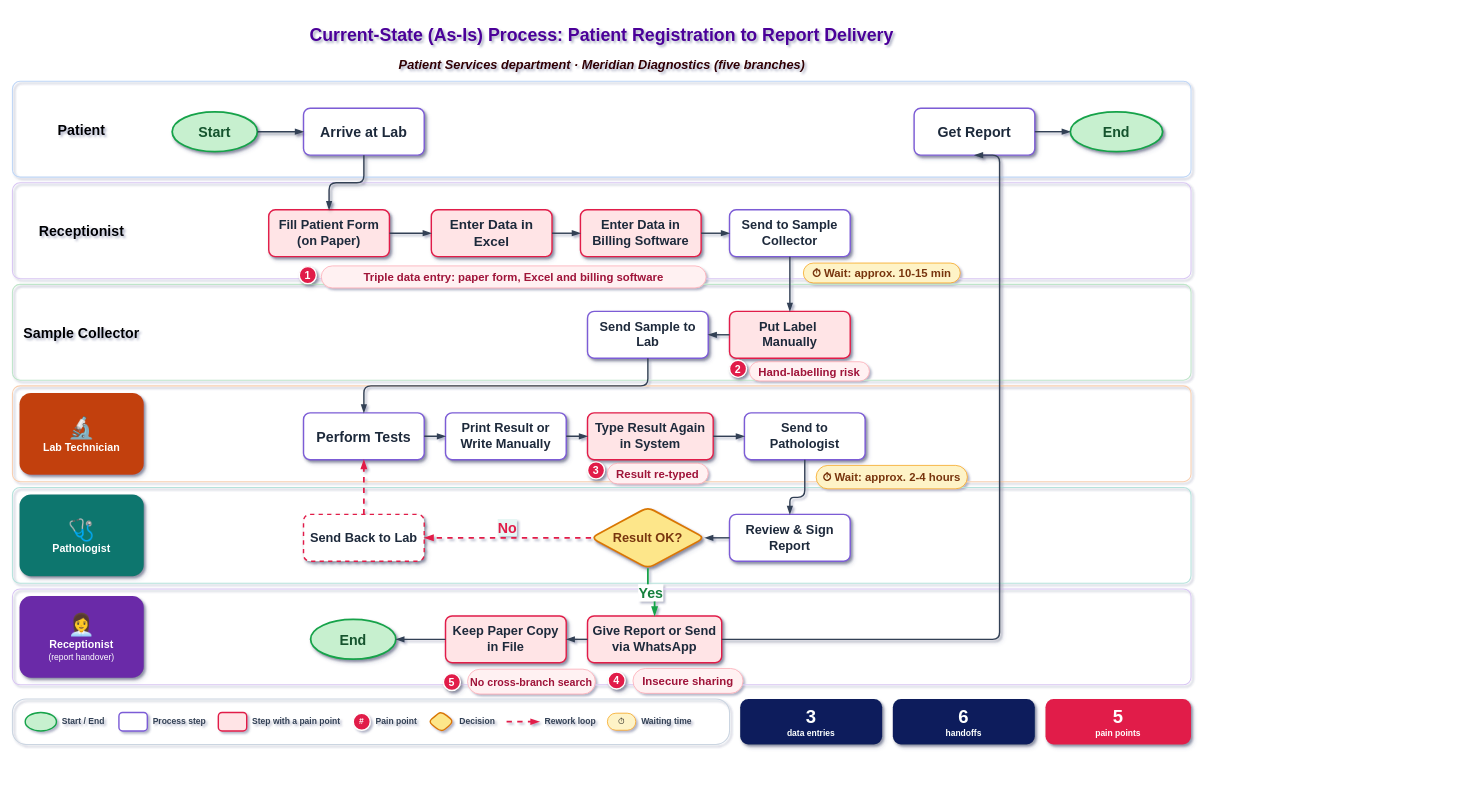
Earlier version of the draw.io diagram Meridian-Diagnostics-Current-state-As-Is-swimlane-process-map.drawio (Moparapairayat/Meridian-Diagnostics-Current-state-As-Is-swimlane-process-map). Source tidied: cells renumbered, new cells numbered last; positions are measured from the earlier drawing's top-left corner, leaving out a move shared by most shapes. Both pictures are drawn from the tidied source at 71%, with x=0, y=0 at pixel (12, 15).
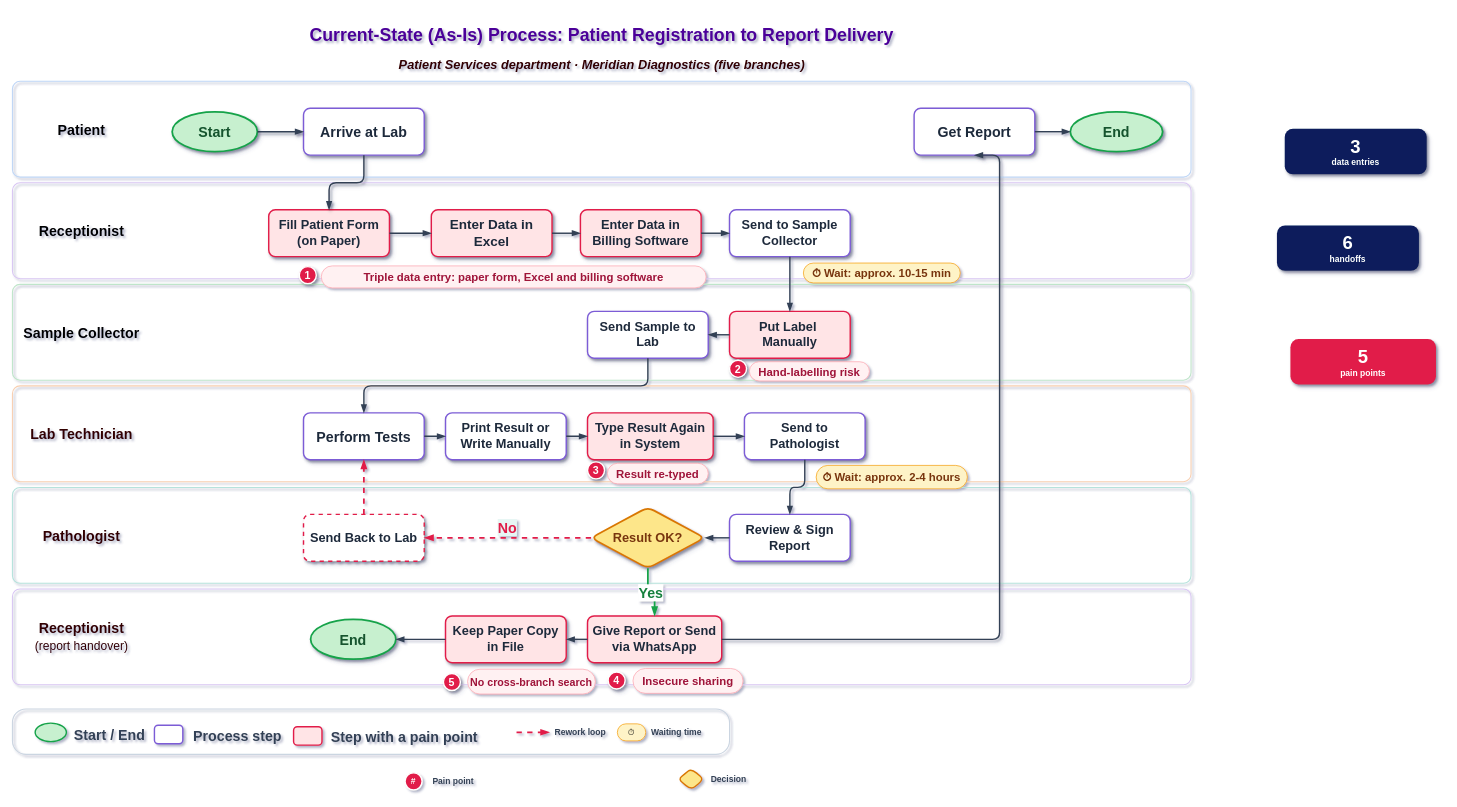
The same page after the edit.

The change refers to these unchanged cells:
```xml
<mxCell id="29" value="Send to Pathologist" style="rounded=1;arcSize=14;whiteSpace=wrap;html=1;fillColor=#FFFFFF;strokeColor=#7C5CD6;strokeWidth=2;fontStyle=1;fontSize=18;fontColor=#1E293B;shadow=1;roundedPerimeter=1;" parent="1" vertex="1">
  <mxGeometry x="1031" y="560" width="170" height="66" as="geometry" />
</mxCell>
<mxCell id="30" value="Review &amp;amp; Sign Report" style="rounded=1;arcSize=14;whiteSpace=wrap;html=1;fillColor=#FFFFFF;strokeColor=#7C5CD6;strokeWidth=2;fontStyle=1;fontSize=18;fontColor=#1E293B;shadow=1;roundedPerimeter=1;" parent="1" vertex="1">
  <mxGeometry x="1010" y="703" width="170" height="66" as="geometry" />
</mxCell>
```

Diff of the diagram source:
```diff
@@
-    <mxCell id="13" value="&lt;font style=&quot;font-size:30px&quot;&gt;🔬&lt;/font&gt;&lt;br&gt;&lt;b&gt;Lab Technician&lt;/b&gt;" style="rounded=1;arcSize=14;whiteSpace=wrap;html=1;fillColor=#C2410C;strokeColor=none;fontColor=#FFFFFF;fontSize=15;shadow=1;roundedPerimeter=1;" parent="1" vertex="1">
+    <mxCell id="13" value="&lt;b&gt;Lab Technician&lt;/b&gt;" style="rounded=1;arcSize=14;whiteSpace=wrap;html=1;fillColor=none;strokeColor=none;fontColor=#330000;fontSize=20;shadow=1;roundedPerimeter=1;" parent="1" vertex="1">
       <mxGeometry x="10" y="532" width="175" height="115" as="geometry" />
     </mxCell>
-    <mxCell id="14" value="&lt;font style=&quot;font-size:30px&quot;&gt;🩺&lt;/font&gt;&lt;br&gt;&lt;b&gt;Pathologist&lt;/b&gt;" style="rounded=1;arcSize=14;whiteSpace=wrap;html=1;fillColor=#0F766E;strokeColor=none;fontColor=#FFFFFF;fontSize=15;shadow=1;roundedPerimeter=1;" parent="1" vertex="1">
+    <mxCell id="14" value="&lt;b&gt;Pathologist&lt;/b&gt;" style="rounded=1;arcSize=14;whiteSpace=wrap;html=1;fillColor=none;strokeColor=none;fontColor=#330000;fontSize=20;shadow=1;roundedPerimeter=1;" parent="1" vertex="1">
       <mxGeometry x="10" y="675" width="175" height="115" as="geometry" />
     </mxCell>
-    <mxCell id="15" value="&lt;font style=&quot;font-size:30px&quot;&gt;👩‍💼&lt;/font&gt;&lt;br&gt;&lt;b&gt;Receptionist&lt;/b&gt;&lt;br&gt;&lt;font style=&quot;font-size:12px&quot;&gt;(report handover)&lt;/font&gt;" style="rounded=1;arcSize=14;whiteSpace=wrap;html=1;fillColor=#6A2BA8;strokeColor=none;fontColor=#FFFFFF;fontSize=15;shadow=1;roundedPerimeter=1;" parent="1" vertex="1">
+    <mxCell id="15" value="&lt;b&gt;Receptionist&lt;/b&gt;&lt;br&gt;&lt;font style=&quot;font-size: 17px;&quot;&gt;(report handover)&lt;/font&gt;" style="rounded=1;arcSize=14;whiteSpace=wrap;html=1;fillColor=none;strokeColor=none;fontColor=#330000;fontSize=20;shadow=1;roundedPerimeter=1;" parent="1" vertex="1">
       <mxGeometry x="10" y="818" width="175" height="115" as="geometry" />
     </mxCell>
@@
     <mxCell id="59" style="edgeStyle=orthogonalEdgeStyle;rounded=1;html=1;strokeWidth=2;strokeColor=#334155;endArrow=blockThin;endFill=1;endSize=7;exitX=0.5;exitY=1;entryX=0.5;entryY=0;labelBackgroundColor=default;defaultLabelBackgroundColor=page;libavoidRouting=1;jettySize=auto;textShadow=1;" parent="1" edge="1" source="29" target="30">
       <mxGeometry relative="1" as="geometry">
         <Array as="points">
-          <mxPoint x="1116" y="679" />
-          <mxPoint x="1095" y="679" />
+          <mxPoint x="1116" y="665" />
+          <mxPoint x="1095" y="665" />
         </Array>
       </mxGeometry>
     </mxCell>
@@
     <mxCell id="68" style="rounded=1;arcSize=30;whiteSpace=wrap;html=1;fillColor=none;strokeColor=#CBD5E1;strokeWidth=1.5;roundedPerimeter=1;" parent="1" vertex="1">
-      <mxGeometry y="963" width="1010" height="64" as="geometry" />
+      <mxGeometry y="977" width="1010" height="64" as="geometry" />
     </mxCell>
+    <mxCell id="83" value="&lt;font style=&quot;font-size:26px&quot;&gt;&lt;b&gt;3&lt;/b&gt;&lt;/font&gt;&lt;br&gt;data entries" style="rounded=1;arcSize=18;whiteSpace=wrap;html=1;fillColor=#0B1F5C;strokeColor=none;fontColor=#FFFFFF;fontSize=12;fontStyle=1;shadow=1;roundedPerimeter=1;" parent="1" vertex="1">
+      <mxGeometry x="1792" y="160" width="200" height="64" as="geometry" />
+    </mxCell>
+    <mxCell id="84" value="&lt;font style=&quot;font-size:26px&quot;&gt;&lt;b&gt;6&lt;/b&gt;&lt;/font&gt;&lt;br&gt;handoffs" style="rounded=1;arcSize=18;whiteSpace=wrap;html=1;fillColor=#0B1F5C;strokeColor=none;fontColor=#FFFFFF;fontSize=12;fontStyle=1;shadow=1;roundedPerimeter=1;" parent="1" vertex="1">
+      <mxGeometry x="1781" y="296" width="200" height="64" as="geometry" />
+    </mxCell>
+    <mxCell id="85" value="&lt;font style=&quot;font-size:26px&quot;&gt;&lt;b&gt;5&lt;/b&gt;&lt;/font&gt;&lt;br&gt;pain points" style="rounded=1;arcSize=18;whiteSpace=wrap;html=1;fillColor=#E11D48;strokeColor=none;fontColor=#FFFFFF;fontSize=12;fontStyle=1;shadow=1;roundedPerimeter=1;" parent="1" vertex="1">
+      <mxGeometry x="1800" y="456" width="205" height="64" as="geometry" />
+    </mxCell>
+    <mxCell id="86" style="group;fontSize=13;" parent="1" vertex="1">
+      <mxGeometry x="32" y="995" width="966" height="37" as="geometry" />
+    </mxCell>
-    <mxCell id="69" style="ellipse;whiteSpace=wrap;html=1;fillColor=#C7F0CF;strokeColor=#16A34A;strokeWidth=2;rounded=1;roundedPerimeter=1;" parent="1" vertex="1">
-      <mxGeometry x="18" y="982" width="44" height="26" as="geometry" />
+    <mxCell id="69" style="ellipse;whiteSpace=wrap;html=1;fillColor=#C7F0CF;strokeColor=#16A34A;strokeWidth=2;rounded=1;roundedPerimeter=1;" parent="86" vertex="1">
+      <mxGeometry y="2" width="44" height="26" as="geometry" />
     </mxCell>
-    <mxCell id="70" value="Start / End" style="text;html=1;align=left;verticalAlign=middle;fontStyle=1;fontSize=12;fontColor=#334155;rounded=1;roundedPerimeter=1;" parent="1" vertex="1">
-      <mxGeometry x="68" y="982" width="80" height="26" as="geometry" />
+    <mxCell id="70" value="Start / End" style="text;html=1;align=left;verticalAlign=middle;fontStyle=1;fontSize=20;fontColor=#334155;rounded=1;roundedPerimeter=1;" parent="86" vertex="1">
+      <mxGeometry x="53" y="5" width="80" height="26" as="geometry" />
     </mxCell>
-    <mxCell id="71" style="rounded=1;arcSize=20;whiteSpace=wrap;html=1;fillColor=#FFFFFF;strokeColor=#7C5CD6;strokeWidth=2;roundedPerimeter=1;" parent="1" vertex="1">
-      <mxGeometry x="150" y="982" width="40" height="26" as="geometry" />
+    <mxCell id="71" style="rounded=1;arcSize=20;whiteSpace=wrap;html=1;fillColor=#FFFFFF;strokeColor=#7C5CD6;strokeWidth=2;roundedPerimeter=1;" parent="86" vertex="1">
+      <mxGeometry x="168" y="5" width="40" height="26" as="geometry" />
     </mxCell>
-    <mxCell id="72" value="Process step" style="text;html=1;align=left;verticalAlign=middle;fontStyle=1;fontSize=12;fontColor=#334155;rounded=1;roundedPerimeter=1;" parent="1" vertex="1">
-      <mxGeometry x="196" y="982" width="90" height="26" as="geometry" />
+    <mxCell id="72" value="Process step" style="text;html=1;align=left;verticalAlign=middle;fontStyle=1;fontSize=20;fontColor=#334155;rounded=1;roundedPerimeter=1;" parent="86" vertex="1">
+      <mxGeometry x="221" y="7" width="90" height="26" as="geometry" />
     </mxCell>
-    <mxCell id="73" style="rounded=1;arcSize=20;whiteSpace=wrap;html=1;fillColor=#FFE4E6;strokeColor=#E11D48;strokeWidth=2;roundedPerimeter=1;" parent="1" vertex="1">
-      <mxGeometry x="290" y="982" width="40" height="26" as="geometry" />
-    </mxCell>
-    <mxCell id="74" value="Step with a pain point" style="text;html=1;align=left;verticalAlign=middle;fontStyle=1;fontSize=12;fontColor=#334155;rounded=1;roundedPerimeter=1;" parent="1" vertex="1">
-      <mxGeometry x="336" y="982" width="140" height="26" as="geometry" />
-    </mxCell>
-    <mxCell id="75" value="#" style="ellipse;whiteSpace=wrap;html=1;fillColor=#E11D48;strokeColor=#FFFFFF;strokeWidth=2;fontColor=#FFFFFF;fontStyle=1;fontSize=12;rounded=1;roundedPerimeter=1;" parent="1" vertex="1">
-      <mxGeometry x="480" y="983" width="24" height="24" as="geometry" />
-    </mxCell>
-    <mxCell id="76" value="Pain point" style="text;html=1;align=left;verticalAlign=middle;fontStyle=1;fontSize=12;fontColor=#334155;rounded=1;roundedPerimeter=1;" parent="1" vertex="1">
-      <mxGeometry x="510" y="982" width="72" height="26" as="geometry" />
-    </mxCell>
-    <mxCell id="77" style="rhombus;whiteSpace=wrap;html=1;fillColor=#FDE68A;strokeColor=#D97706;strokeWidth=2;rounded=1;roundedPerimeter=1;" parent="1" vertex="1">
-      <mxGeometry x="586" y="980" width="36" height="30" as="geometry" />
-    </mxCell>
-    <mxCell id="78" value="Decision" style="text;html=1;align=left;verticalAlign=middle;fontStyle=1;fontSize=12;fontColor=#334155;rounded=1;roundedPerimeter=1;" parent="1" vertex="1">
-      <mxGeometry x="628" y="982" width="62" height="26" as="geometry" />
-    </mxCell>
-    <mxCell id="79" style="endArrow=blockThin;endFill=1;html=1;dashed=1;strokeColor=#E11D48;strokeWidth=2.5;labelBackgroundColor=default;defaultLabelBackgroundColor=page;rounded=1;" parent="1" edge="1">
+    <mxCell id="79" style="endArrow=blockThin;endFill=1;html=1;dashed=1;strokeColor=#E11D48;strokeWidth=2.5;labelBackgroundColor=default;defaultLabelBackgroundColor=page;rounded=1;" parent="86" edge="1">
       <mxGeometry relative="1" as="geometry">
-        <mxPoint x="696" y="995" as="sourcePoint" />
-        <mxPoint x="742" y="995" as="targetPoint" />
+        <mxPoint x="678" y="15" as="sourcePoint" />
+        <mxPoint x="724" y="15" as="targetPoint" />
       </mxGeometry>
     </mxCell>
-    <mxCell id="80" value="Rework loop" style="text;html=1;align=left;verticalAlign=middle;fontStyle=1;fontSize=12;fontColor=#334155;rounded=1;roundedPerimeter=1;" parent="1" vertex="1">
-      <mxGeometry x="748" y="982" width="86" height="26" as="geometry" />
+    <mxCell id="80" value="Rework loop" style="text;html=1;align=left;verticalAlign=middle;fontStyle=1;fontSize=12;fontColor=#334155;rounded=1;roundedPerimeter=1;" parent="86" vertex="1">
+      <mxGeometry x="730" y="2" width="86" height="26" as="geometry" />
     </mxCell>
-    <mxCell id="81" value="⏱" style="rounded=1;arcSize=50;whiteSpace=wrap;html=1;fillColor=#FEF3C7;strokeColor=#F59E0B;fontSize=12;roundedPerimeter=1;" parent="1" vertex="1">
-      <mxGeometry x="838" y="983" width="40" height="24" as="geometry" />
+    <mxCell id="81" value="⏱" style="rounded=1;arcSize=50;whiteSpace=wrap;html=1;fillColor=#FEF3C7;strokeColor=#F59E0B;fontSize=12;roundedPerimeter=1;" parent="86" vertex="1">
+      <mxGeometry x="820" y="3" width="40" height="24" as="geometry" />
     </mxCell>
-    <mxCell id="82" value="Waiting time" style="text;html=1;align=left;verticalAlign=middle;fontStyle=1;fontSize=12;fontColor=#334155;rounded=1;roundedPerimeter=1;" parent="1" vertex="1">
-      <mxGeometry x="884" y="982" width="100" height="26" as="geometry" />
+    <mxCell id="82" value="Waiting time" style="text;html=1;align=left;verticalAlign=middle;fontStyle=1;fontSize=12;fontColor=#334155;rounded=1;roundedPerimeter=1;" parent="86" vertex="1">
+      <mxGeometry x="866" y="2" width="100" height="26" as="geometry" />
     </mxCell>
-    <mxCell id="83" value="&lt;font style=&quot;font-size:26px&quot;&gt;&lt;b&gt;3&lt;/b&gt;&lt;/font&gt;&lt;br&gt;data entries" style="rounded=1;arcSize=18;whiteSpace=wrap;html=1;fillColor=#0B1F5C;strokeColor=none;fontColor=#FFFFFF;fontSize=12;fontStyle=1;shadow=1;roundedPerimeter=1;" parent="1" vertex="1">
-      <mxGeometry x="1025" y="963" width="200" height="64" as="geometry" />
-    </mxCell>
-    <mxCell id="84" value="&lt;font style=&quot;font-size:26px&quot;&gt;&lt;b&gt;6&lt;/b&gt;&lt;/font&gt;&lt;br&gt;handoffs" style="rounded=1;arcSize=18;whiteSpace=wrap;html=1;fillColor=#0B1F5C;strokeColor=none;fontColor=#FFFFFF;fontSize=12;fontStyle=1;shadow=1;roundedPerimeter=1;" parent="1" vertex="1">
-      <mxGeometry x="1240" y="963" width="200" height="64" as="geometry" />
-    </mxCell>
-    <mxCell id="85" value="&lt;font style=&quot;font-size:26px&quot;&gt;&lt;b&gt;5&lt;/b&gt;&lt;/font&gt;&lt;br&gt;pain points" style="rounded=1;arcSize=18;whiteSpace=wrap;html=1;fillColor=#E11D48;strokeColor=none;fontColor=#FFFFFF;fontSize=12;fontStyle=1;shadow=1;roundedPerimeter=1;" parent="1" vertex="1">
-      <mxGeometry x="1455" y="963" width="205" height="64" as="geometry" />
-    </mxCell>
+    <mxCell id="73" style="rounded=1;arcSize=20;whiteSpace=wrap;html=1;fillColor=#FFE4E6;strokeColor=#E11D48;strokeWidth=2;roundedPerimeter=1;" parent="1" vertex="1">
+      <mxGeometry x="396" y="1002" width="40" height="26" as="geometry" />
+    </mxCell>
+    <mxCell id="75" value="#" style="ellipse;whiteSpace=wrap;html=1;fillColor=#E11D48;strokeColor=#FFFFFF;strokeWidth=2;fontColor=#FFFFFF;fontStyle=1;fontSize=12;rounded=1;roundedPerimeter=1;" parent="1" vertex="1">
+      <mxGeometry x="553" y="1067" width="24" height="24" as="geometry" />
+    </mxCell>
+    <mxCell id="76" value="Pain point" style="text;html=1;align=left;verticalAlign=middle;fontStyle=1;fontSize=12;fontColor=#334155;rounded=1;roundedPerimeter=1;" parent="1" vertex="1">
+      <mxGeometry x="590" y="1066" width="72" height="26" as="geometry" />
+    </mxCell>
+    <mxCell id="78" value="Decision" style="text;html=1;align=left;verticalAlign=middle;fontStyle=1;fontSize=12;fontColor=#334155;rounded=1;roundedPerimeter=1;" parent="1" vertex="1">
+      <mxGeometry x="982" y="1064" width="62" height="26" as="geometry" />
+    </mxCell>
+    <mxCell id="74" value="Step with a pain point" style="text;html=1;align=left;verticalAlign=middle;fontStyle=1;fontSize=20;fontColor=#334155;rounded=1;roundedPerimeter=1;" parent="1" vertex="1">
+      <mxGeometry x="447" y="1003" width="140" height="26" as="geometry" />
+    </mxCell>
+    <mxCell id="77" style="rhombus;whiteSpace=wrap;html=1;fillColor=#FDE68A;strokeColor=#D97706;strokeWidth=2;rounded=1;roundedPerimeter=1;" parent="1" vertex="1">
+      <mxGeometry x="938" y="1061" width="36" height="30" as="geometry" />
+    </mxCell>
```
